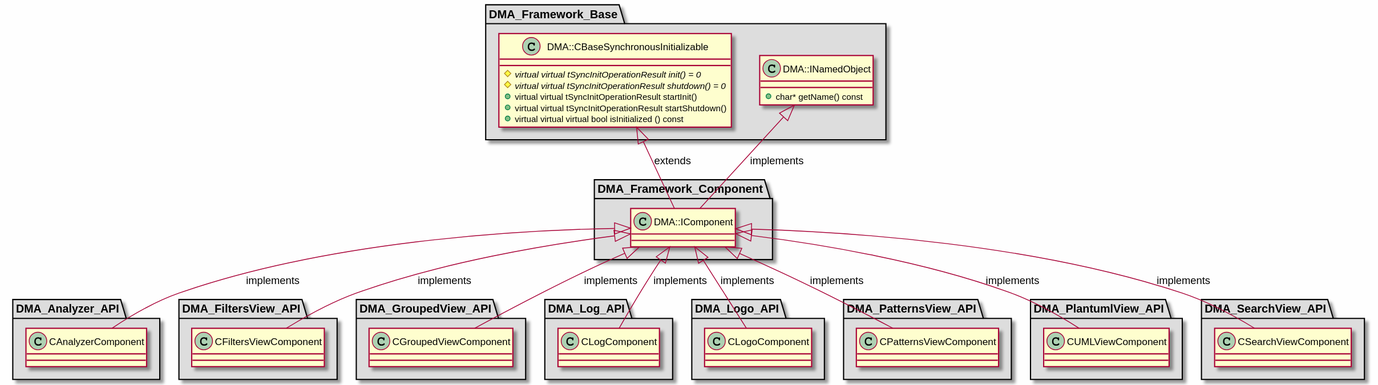
svlad-90/DLT-Message-Analyzer keeps this PlantUML diagram as md/dev_docs/puml/DMA_Framework_Component.svg. Above is the earlier version.
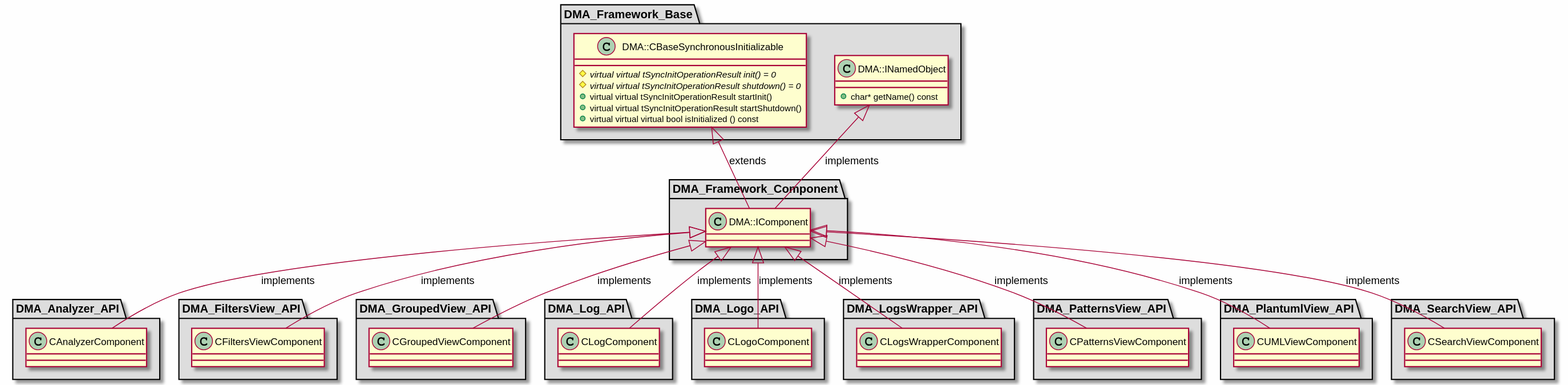
Above is the later version.

The edit, as a diff of the source:
```diff
@@ -75,6 +75,15 @@
 
 }
 
+package "DMA_LogsWrapper_API" #DDDDDD
+{
+
+class "CLogsWrapperComponent"
+{
+}
+
+}
+
 package "DMA_PatternsView_API" #DDDDDD
 {
 
@@ -109,6 +118,7 @@
 DMA::IComponent <|-- CGroupedViewComponent : implements
 DMA::IComponent <|-- CLogComponent : implements
 DMA::IComponent <|-- CLogoComponent : implements
+DMA::IComponent <|-- CLogsWrapperComponent : implements
 DMA::IComponent <|-- CPatternsViewComponent : implements
 DMA::IComponent <|-- CUMLViewComponent : implements
 DMA::IComponent <|-- CSearchViewComponent : implements
```
